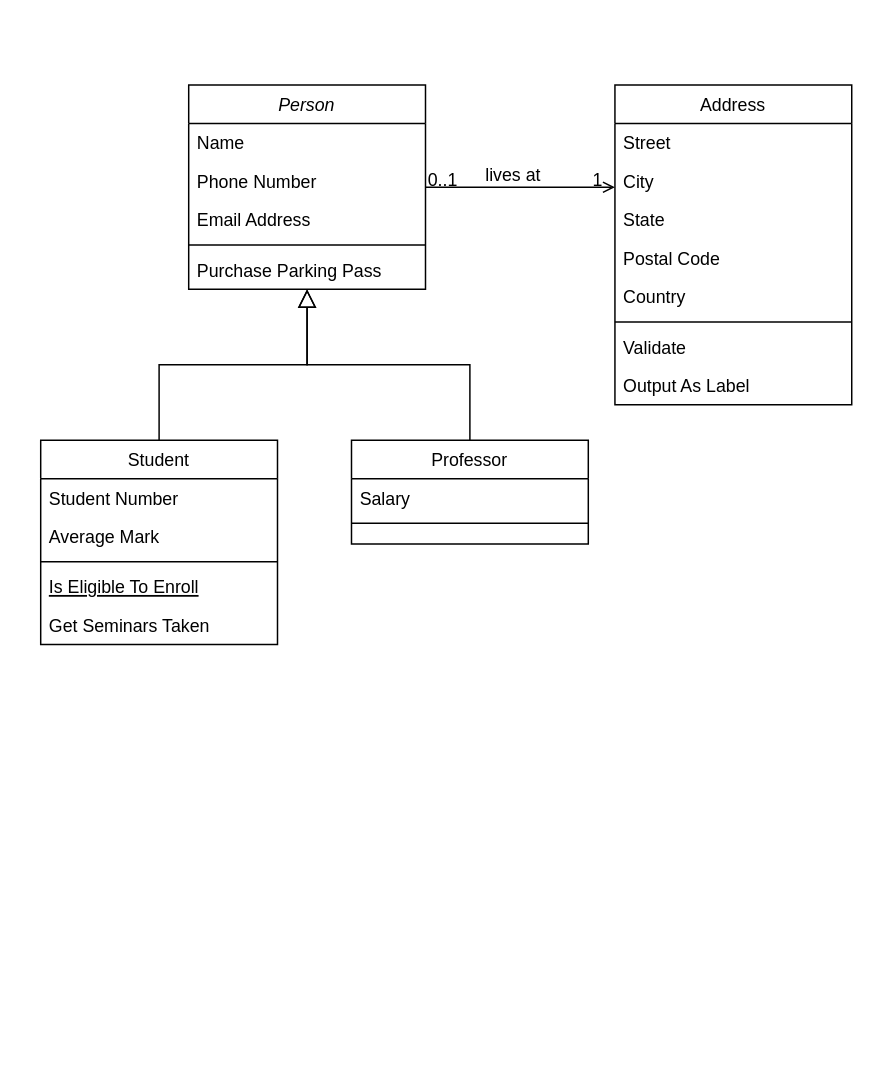
Mhmmdneil/alur-perusahaan keeps this draw.io diagram as classdiagram-parfume.drawio. Above is the earlier version. Source tidied: cells renumbered, new cells numbered last; positions are measured from the earlier drawing's top-left corner, leaving out a move shared by most shapes. Both pictures are drawn from the tidied source at 148%, with x=0, y=0 at pixel (40, 84).
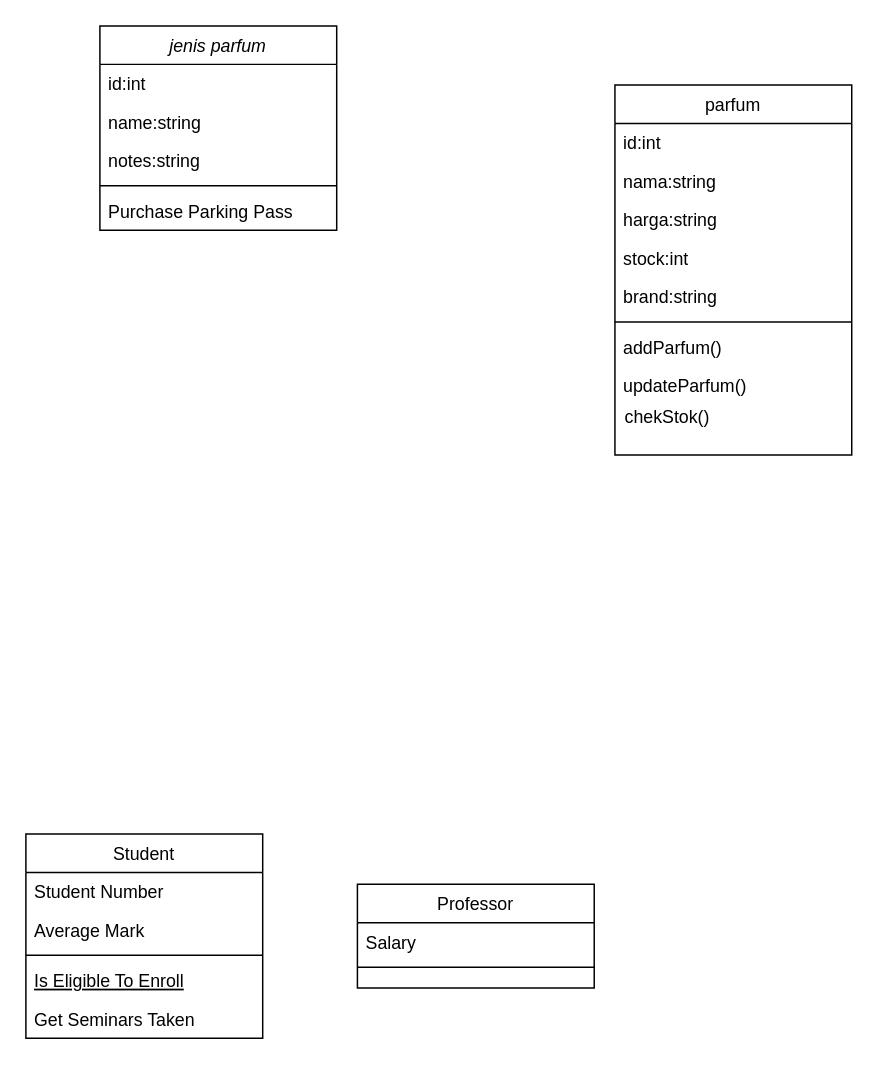
The same diagram, later.

The edit, as a diff of the source:
```diff
@@
-    <mxCell id="2" value="Person" style="swimlane;fontStyle=2;align=center;verticalAlign=top;horizontal=1;startSize=26;rounded=0;shadow=0;strokeWidth=1;" parent="1" vertex="1">
-      <mxGeometry x="100" width="160" height="138" as="geometry" />
+    <mxCell id="2" value="jenis parfum" style="swimlane;fontStyle=2;align=center;verticalAlign=top;horizontal=1;startSize=26;rounded=0;shadow=0;strokeWidth=1;" parent="1" vertex="1">
+      <mxGeometry x="40" y="-40" width="160" height="138" as="geometry" />
     </mxCell>
-    <mxCell id="3" value="Name" style="text;align=left;verticalAlign=top;spacingLeft=4;spacingRight=4;overflow=hidden;" parent="2" vertex="1">
+    <mxCell id="3" value="id:int" style="text;align=left;verticalAlign=top;spacingLeft=4;spacingRight=4;overflow=hidden;" parent="2" vertex="1">
       <mxGeometry y="26" width="160" height="26" as="geometry" />
     </mxCell>
-    <mxCell id="4" value="Phone Number" style="text;align=left;verticalAlign=top;spacingLeft=4;spacingRight=4;overflow=hidden;rounded=0;shadow=0;html=0;" parent="2" vertex="1">
+    <mxCell id="4" value="name:string" style="text;align=left;verticalAlign=top;spacingLeft=4;spacingRight=4;overflow=hidden;rounded=0;shadow=0;html=0;" parent="2" vertex="1">
       <mxGeometry y="52" width="160" height="26" as="geometry" />
     </mxCell>
-    <mxCell id="5" value="Email Address" style="text;align=left;verticalAlign=top;spacingLeft=4;spacingRight=4;overflow=hidden;rounded=0;shadow=0;html=0;" parent="2" vertex="1">
+    <mxCell id="5" value="notes:string" style="text;align=left;verticalAlign=top;spacingLeft=4;spacingRight=4;overflow=hidden;rounded=0;shadow=0;html=0;" parent="2" vertex="1">
       <mxGeometry y="78" width="160" height="26" as="geometry" />
     </mxCell>
@@
     <mxCell id="8" value="Student" style="swimlane;fontStyle=0;align=center;verticalAlign=top;horizontal=1;startSize=26;rounded=0;shadow=0;strokeWidth=1;" parent="1" vertex="1">
-      <mxGeometry y="240" width="160" height="138" as="geometry" />
+      <mxGeometry x="-10" y="506" width="160" height="138" as="geometry" />
     </mxCell>
@@
-    <mxCell id="14" style="endArrow=block;endSize=10;endFill=0;shadow=0;strokeWidth=1;rounded=0;curved=0;edgeStyle=elbowEdgeStyle;elbow=vertical;" parent="1" edge="1" source="8" target="2">
-      <mxGeometry relative="1" as="geometry" />
-    </mxCell>
     <mxCell id="15" value="Professor" style="swimlane;fontStyle=0;align=center;verticalAlign=top;horizontal=1;startSize=26;rounded=0;shadow=0;strokeWidth=1;" parent="1" vertex="1">
-      <mxGeometry x="210" y="240" width="160" height="70" as="geometry" />
+      <mxGeometry x="214" y="540" width="160" height="70" as="geometry" />
     </mxCell>
@@
-    <mxCell id="18" style="endArrow=block;endSize=10;endFill=0;shadow=0;strokeWidth=1;rounded=0;curved=0;edgeStyle=elbowEdgeStyle;elbow=vertical;" parent="1" edge="1" source="15" target="2">
-      <mxGeometry relative="1" as="geometry" />
-    </mxCell>
-    <mxCell id="19" value="Address" style="swimlane;fontStyle=0;align=center;verticalAlign=top;horizontal=1;startSize=26;rounded=0;shadow=0;strokeWidth=1;" parent="1" vertex="1">
-      <mxGeometry x="388" width="160" height="216" as="geometry" />
+    <mxCell id="19" value="parfum" style="swimlane;fontStyle=0;align=center;verticalAlign=top;horizontal=1;startSize=26;rounded=0;shadow=0;strokeWidth=1;" parent="1" vertex="1">
+      <mxGeometry x="388" width="160" height="250" as="geometry" />
     </mxCell>
-    <mxCell id="20" value="Street" style="text;align=left;verticalAlign=top;spacingLeft=4;spacingRight=4;overflow=hidden;" parent="19" vertex="1">
+    <mxCell id="20" value="id:int" style="text;align=left;verticalAlign=top;spacingLeft=4;spacingRight=4;overflow=hidden;" parent="19" vertex="1">
       <mxGeometry y="26" width="160" height="26" as="geometry" />
     </mxCell>
-    <mxCell id="21" value="City" style="text;align=left;verticalAlign=top;spacingLeft=4;spacingRight=4;overflow=hidden;rounded=0;shadow=0;html=0;" parent="19" vertex="1">
+    <mxCell id="21" value="nama:string" style="text;align=left;verticalAlign=top;spacingLeft=4;spacingRight=4;overflow=hidden;rounded=0;shadow=0;html=0;" parent="19" vertex="1">
       <mxGeometry y="52" width="160" height="26" as="geometry" />
     </mxCell>
-    <mxCell id="22" value="State" style="text;align=left;verticalAlign=top;spacingLeft=4;spacingRight=4;overflow=hidden;rounded=0;shadow=0;html=0;" parent="19" vertex="1">
+    <mxCell id="22" value="harga:string" style="text;align=left;verticalAlign=top;spacingLeft=4;spacingRight=4;overflow=hidden;rounded=0;shadow=0;html=0;" parent="19" vertex="1">
       <mxGeometry y="78" width="160" height="26" as="geometry" />
     </mxCell>
-    <mxCell id="23" value="Postal Code" style="text;align=left;verticalAlign=top;spacingLeft=4;spacingRight=4;overflow=hidden;rounded=0;shadow=0;html=0;" parent="19" vertex="1">
+    <mxCell id="23" value="stock:int" style="text;align=left;verticalAlign=top;spacingLeft=4;spacingRight=4;overflow=hidden;rounded=0;shadow=0;html=0;" parent="19" vertex="1">
       <mxGeometry y="104" width="160" height="26" as="geometry" />
     </mxCell>
-    <mxCell id="24" value="Country" style="text;align=left;verticalAlign=top;spacingLeft=4;spacingRight=4;overflow=hidden;rounded=0;shadow=0;html=0;" parent="19" vertex="1">
+    <mxCell id="24" value="brand:string" style="text;align=left;verticalAlign=top;spacingLeft=4;spacingRight=4;overflow=hidden;rounded=0;shadow=0;html=0;" parent="19" vertex="1">
       <mxGeometry y="130" width="160" height="26" as="geometry" />
     </mxCell>
@@
-    <mxCell id="26" value="Validate" style="text;align=left;verticalAlign=top;spacingLeft=4;spacingRight=4;overflow=hidden;" parent="19" vertex="1">
+    <mxCell id="26" value="addParfum()" style="text;align=left;verticalAlign=top;spacingLeft=4;spacingRight=4;overflow=hidden;" parent="19" vertex="1">
       <mxGeometry y="164" width="160" height="26" as="geometry" />
     </mxCell>
-    <mxCell id="27" value="Output As Label" style="text;align=left;verticalAlign=top;spacingLeft=4;spacingRight=4;overflow=hidden;" parent="19" vertex="1">
-      <mxGeometry y="190" width="160" height="26" as="geometry" />
+    <mxCell id="27" value="updateParfum()" style="text;align=left;verticalAlign=top;spacingLeft=4;spacingRight=4;overflow=hidden;" parent="19" vertex="1">
+      <mxGeometry y="190" width="160" height="60" as="geometry" />
     </mxCell>
-    <mxCell id="28" style="endArrow=open;shadow=0;strokeWidth=1;rounded=0;curved=0;endFill=1;edgeStyle=elbowEdgeStyle;elbow=vertical;" parent="1" edge="1" source="2" target="19">
-      <mxGeometry x="0.5" y="41" relative="1" as="geometry">
-        <mxPoint x="-40" y="32" as="offset" />
-      </mxGeometry>
-    </mxCell>
-    <mxCell id="29" value="0..1" style="align=left;verticalAlign=bottom;labelBackgroundColor=none;fontSize=12;" parent="28" vertex="1">
-      <mxGeometry x="-1" relative="1" as="geometry">
-        <mxPoint y="4" as="offset" />
-      </mxGeometry>
-    </mxCell>
-    <mxCell id="30" value="1" style="align=right;verticalAlign=bottom;labelBackgroundColor=none;fontSize=12;" parent="28" vertex="1">
-      <mxGeometry x="1" relative="1" as="geometry">
-        <mxPoint x="-7" y="4" as="offset" />
-      </mxGeometry>
-    </mxCell>
-    <mxCell id="31" value="lives at" style="text;html=1;align=center;verticalAlign=middle;labelBackgroundColor=none;rounded=0;shadow=0;strokeWidth=1;fontSize=12;" parent="28" vertex="1">
-      <mxGeometry x="0.5" y="49" relative="1" as="geometry">
-        <mxPoint x="-38" y="40" as="offset" />
-      </mxGeometry>
-    </mxCell>
+    <mxCell id="32" value="chekStok()" style="text;html=1;align=left;verticalAlign=middle;whiteSpace=wrap;rounded=0;" parent="1" vertex="1">
+      <mxGeometry x="393" y="210" width="70" height="30" as="geometry" />
+    </mxCell>
```
